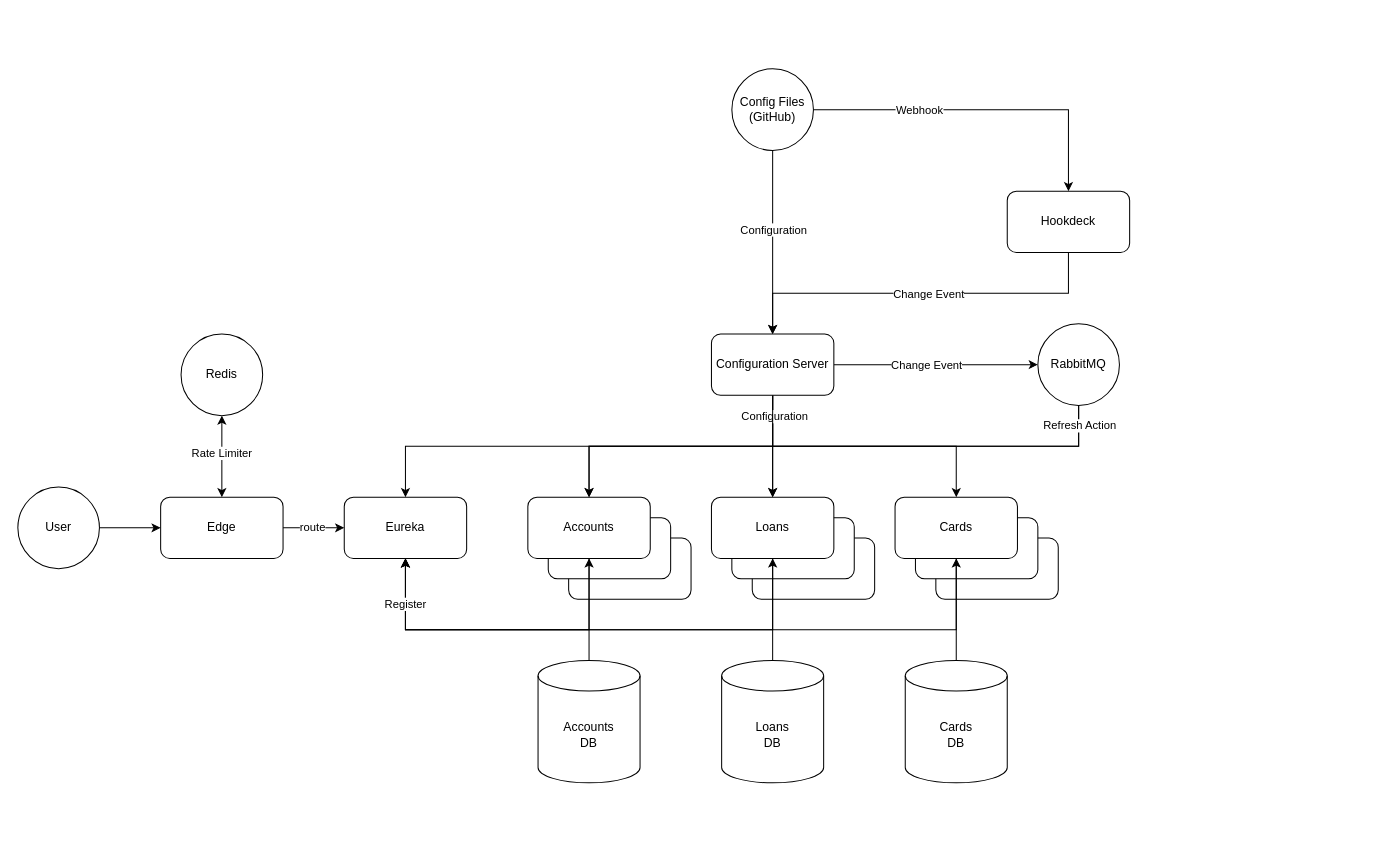
Earlier version of the draw.io diagram spring-microservices/architecture.drawio (vkondrav/spring-boot). Source tidied: cells renumbered, new cells numbered last; positions are measured from the earlier drawing's top-left corner, leaving out a move shared by most shapes. Both pictures are drawn from the tidied source at 102%, with x=0, y=0 at pixel (17, 68).
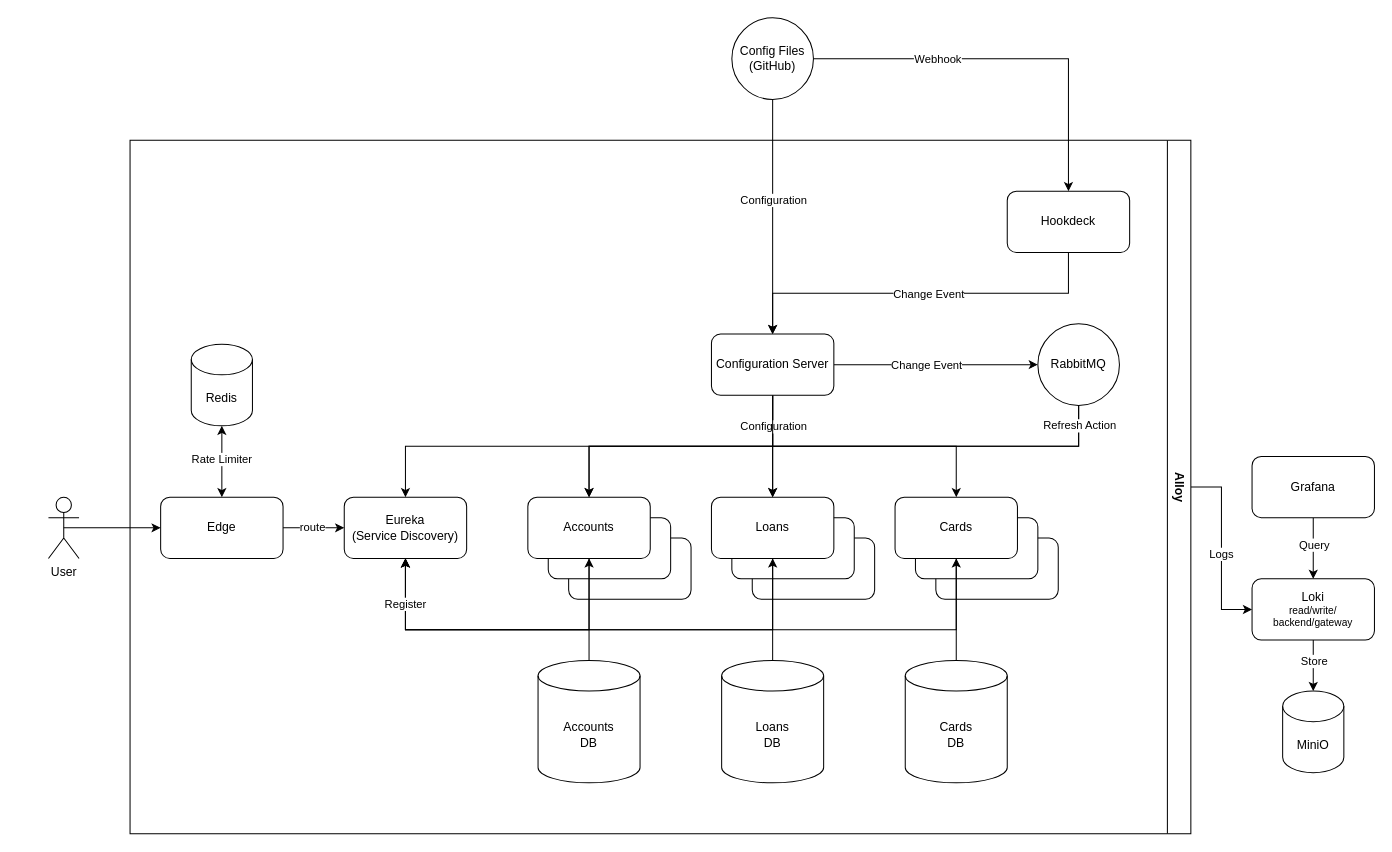
The same page after the edit.

The change refers to these unchanged cells:
```xml
<mxCell id="18" style="edgeStyle=orthogonalEdgeStyle;rounded=0;jettySize=auto;html=1;exitX=0.5;exitY=1;exitDx=0;exitDy=0;entryX=0.5;entryY=0;entryDx=0;entryDy=0;" parent="1" edge="1" source="23" target="30">
  <mxGeometry relative="1" as="geometry" />
</mxCell>
<mxCell id="44" value="Edge" style="rounded=1;whiteSpace=wrap;html=1;" parent="1" vertex="1">
  <mxGeometry x="140" y="420" width="120" height="60" as="geometry" />
</mxCell>
```

Diff of the diagram source:
```diff
@@
     <mxCell id="12" value="Config Files&lt;br&gt;(GitHub)" style="ellipse;whiteSpace=wrap;html=1;" parent="1" vertex="1">
-      <mxGeometry x="700" width="80" height="80" as="geometry" />
+      <mxGeometry x="700" y="-50" width="80" height="80" as="geometry" />
     </mxCell>
@@
     <mxCell id="19" value="Configuration" style="edgeLabel;html=1;align=center;verticalAlign=middle;" parent="18" vertex="1">
-      <mxGeometry x="-0.86" y="1" relative="1" as="geometry" />
+      <mxGeometry x="-0.86" y="1" relative="1" as="geometry">
+        <mxPoint x="-1" y="10" as="offset" />
+      </mxGeometry>
     </mxCell>
@@
-    <mxCell id="41" value="Eureka" style="rounded=1;whiteSpace=wrap;html=1;" parent="1" vertex="1">
+    <mxCell id="41" value="Eureka&lt;div&gt;(Service Discovery)&lt;/div&gt;" style="rounded=1;whiteSpace=wrap;html=1;" parent="1" vertex="1">
       <mxGeometry x="320" y="420" width="120" height="60" as="geometry" />
     </mxCell>
@@
+    <mxCell id="47" style="edgeStyle=orthogonalEdgeStyle;rounded=0;jettySize=auto;html=1;exitX=0.5;exitY=1;exitDx=0;exitDy=0;entryX=0.5;entryY=0;entryDx=0;entryDy=0;startArrow=classic;startFill=1;exitPerimeter=0;" parent="1" edge="1" source="49" target="44">
+      <mxGeometry relative="1" as="geometry" />
+    </mxCell>
+    <mxCell id="48" value="Rate Limiter" style="edgeLabel;html=1;align=center;verticalAlign=middle;" parent="47" vertex="1">
+      <mxGeometry x="-0.1" y="-1" relative="1" as="geometry" />
+    </mxCell>
+    <mxCell id="50" style="edgeStyle=orthogonalEdgeStyle;rounded=0;jettySize=auto;html=1;exitX=0.5;exitY=1;exitDx=0;exitDy=0;entryX=0.5;entryY=0;entryDx=0;entryDy=0;entryPerimeter=0;" parent="1" edge="1" source="52" target="56">
+      <mxGeometry relative="1" as="geometry" />
+    </mxCell>
+    <mxCell id="51" value="Store" style="edgeLabel;html=1;align=center;verticalAlign=middle;" parent="50" vertex="1">
+      <mxGeometry x="-0.48" y="-1" relative="1" as="geometry">
+        <mxPoint x="1" y="7" as="offset" />
+      </mxGeometry>
+    </mxCell>
+    <mxCell id="52" value="Loki&lt;div style=&quot;font-size: 10px;&quot;&gt;&lt;font style=&quot;font-size: 10px;&quot;&gt;read/write/&lt;/font&gt;&lt;/div&gt;&lt;div style=&quot;font-size: 10px;&quot;&gt;&lt;font style=&quot;font-size: 10px;&quot;&gt;backend/gateway&lt;/font&gt;&lt;/div&gt;" style="rounded=1;whiteSpace=wrap;html=1;" parent="1" vertex="1">
+      <mxGeometry x="1210" y="500" width="120" height="60" as="geometry" />
+    </mxCell>
+    <mxCell id="53" style="edgeStyle=orthogonalEdgeStyle;rounded=0;jettySize=auto;html=1;exitX=0.5;exitY=1;exitDx=0;exitDy=0;entryX=0.5;entryY=0;entryDx=0;entryDy=0;" parent="1" edge="1" source="55" target="52">
+      <mxGeometry relative="1" as="geometry" />
+    </mxCell>
+    <mxCell id="54" value="Query" style="edgeLabel;html=1;align=center;verticalAlign=middle;" parent="53" vertex="1">
+      <mxGeometry x="-0.13" y="3" relative="1" as="geometry">
+        <mxPoint x="-3" as="offset" />
+      </mxGeometry>
+    </mxCell>
+    <mxCell id="55" value="Grafana" style="rounded=1;whiteSpace=wrap;html=1;" parent="1" vertex="1">
+      <mxGeometry x="1210" y="380" width="120" height="60" as="geometry" />
+    </mxCell>
-    <mxCell id="45" style="edgeStyle=orthogonalEdgeStyle;rounded=0;jettySize=auto;html=1;exitX=1;exitY=0.5;exitDx=0;exitDy=0;entryX=0;entryY=0.5;entryDx=0;entryDy=0;" parent="1" edge="1" source="46" target="44">
+    <mxCell id="45" style="edgeStyle=orthogonalEdgeStyle;rounded=0;jettySize=auto;html=1;exitX=0.5;exitY=0.5;exitDx=0;exitDy=0;exitPerimeter=0;entryX=0;entryY=0.5;entryDx=0;entryDy=0;" parent="1" edge="1" source="46" target="44">
       <mxGeometry relative="1" as="geometry" />
     </mxCell>
-    <mxCell id="46" value="User" style="ellipse;whiteSpace=wrap;html=1;" parent="1" vertex="1">
-      <mxGeometry y="410" width="80" height="80" as="geometry" />
+    <mxCell id="46" value="User" style="shape=umlActor;verticalLabelPosition=bottom;verticalAlign=top;html=1;outlineConnect=0;" parent="1" vertex="1">
+      <mxGeometry x="30" y="420" width="30" height="60" as="geometry" />
     </mxCell>
-    <mxCell id="47" style="edgeStyle=orthogonalEdgeStyle;rounded=0;jettySize=auto;html=1;exitX=0.5;exitY=1;exitDx=0;exitDy=0;entryX=0.5;entryY=0;entryDx=0;entryDy=0;startArrow=classic;startFill=1;" parent="1" edge="1" source="49" target="44">
-      <mxGeometry relative="1" as="geometry" />
-    </mxCell>
-    <mxCell id="48" value="Rate Limiter" style="edgeLabel;html=1;align=center;verticalAlign=middle;" parent="47" vertex="1">
-      <mxGeometry x="-0.1" y="-1" relative="1" as="geometry" />
-    </mxCell>
-    <mxCell id="49" value="Redis" style="ellipse;whiteSpace=wrap;html=1;" parent="1" vertex="1">
-      <mxGeometry x="160" y="260" width="80" height="80" as="geometry" />
+    <mxCell id="49" value="Redis" style="shape=cylinder3;whiteSpace=wrap;html=1;boundedLbl=1;backgroundOutline=1;size=15;" parent="1" vertex="1">
+      <mxGeometry x="170" y="270" width="60" height="80" as="geometry" />
     </mxCell>
+    <mxCell id="56" value="MiniO" style="shape=cylinder3;whiteSpace=wrap;html=1;boundedLbl=1;backgroundOutline=1;size=15;" parent="1" vertex="1">
+      <mxGeometry x="1240" y="610" width="60" height="80" as="geometry" />
+    </mxCell>
+    <mxCell id="57" style="edgeStyle=orthogonalEdgeStyle;rounded=0;jettySize=auto;html=1;exitX=0;exitY=0.5;exitDx=0;exitDy=0;entryX=0;entryY=0.5;entryDx=0;entryDy=0;" parent="1" edge="1" source="59" target="52">
+      <mxGeometry relative="1" as="geometry" />
+    </mxCell>
+    <mxCell id="58" value="Logs" style="edgeLabel;html=1;align=center;verticalAlign=middle;" parent="57" vertex="1">
+      <mxGeometry x="0.05" y="-1" relative="1" as="geometry" />
+    </mxCell>
+    <mxCell id="59" value="Alloy" style="swimlane;horizontal=0;whiteSpace=wrap;html=1;rotation=-180;" parent="1" vertex="1">
+      <mxGeometry x="110" y="70" width="1040" height="680" as="geometry" />
+    </mxCell>
```
